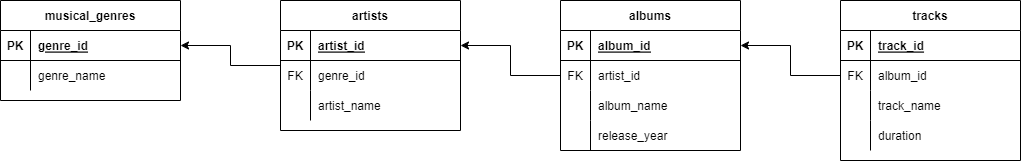
Earlier version of the draw.io export music_site.png (nfadeaway/music_site). Source tidied: cells renumbered, new cells last; positions are measured from the earlier drawing's top-left corner, leaving out a move shared by most shapes.
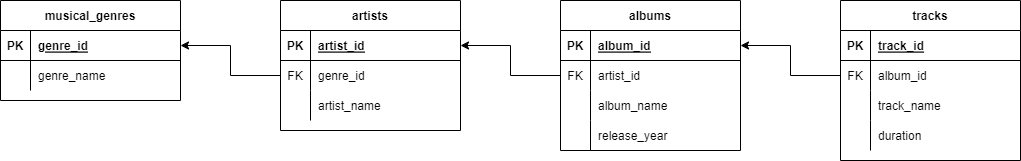
Above is the later version.

What changed in the source:
```diff
@@ -23,7 +23,7 @@
     <mxCell id="8" value="genre_name" style="shape=partialRectangle;fillColor=none;top=0;left=0;bottom=0;right=0;align=left;spacingLeft=6;overflow=hidden;" parent="6" vertex="1">
       <mxGeometry x="30" width="150" height="30" as="geometry" />
     </mxCell>
-    <mxCell id="9" style="edgeStyle=orthogonalEdgeStyle;rounded=0;jettySize=auto;html=1;entryX=1;entryY=0.5;entryDx=0;entryDy=0;" parent="1" edge="1" source="10" target="3">
+    <mxCell id="9" style="edgeStyle=orthogonalEdgeStyle;rounded=0;jettySize=auto;html=1;entryX=1;entryY=0.5;entryDx=0;entryDy=0;exitX=0;exitY=0.5;exitDx=0;exitDy=0;" parent="1" edge="1" source="14" target="3">
       <mxGeometry relative="1" as="geometry" />
     </mxCell>
     <mxCell id="10" value="artists" style="shape=table;startSize=30;rowLines=0;fontStyle=1;align=center;" parent="1" vertex="1">
```
